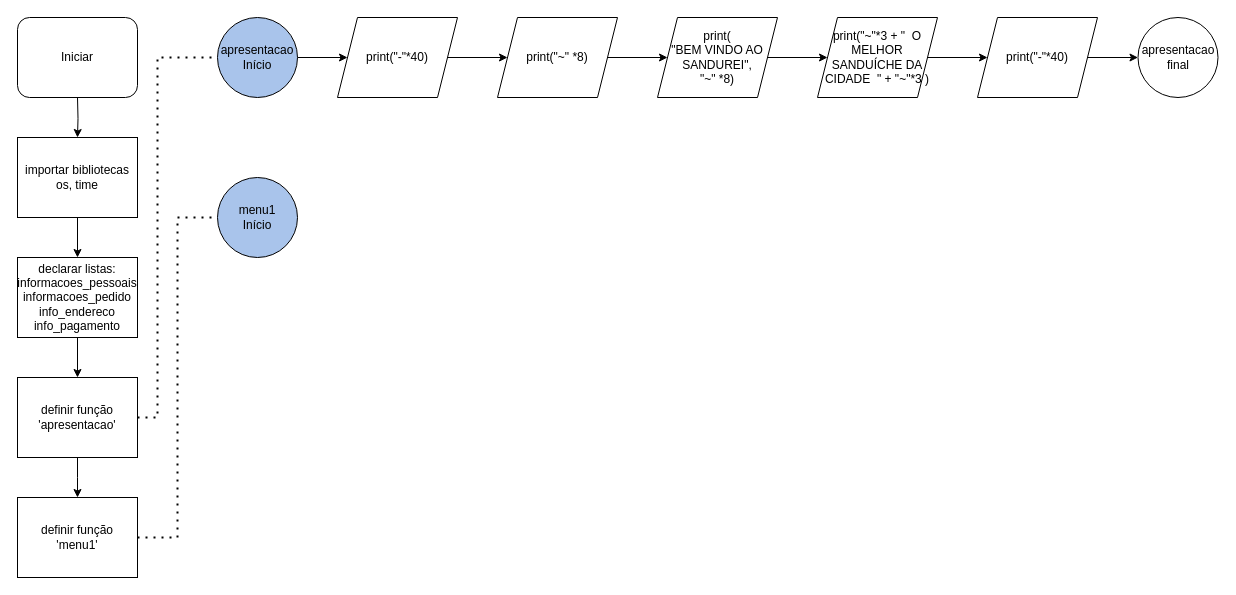
alsantosad/SENAC_RESILIA_ANALISE_DE_DADOS keeps this draw.io diagram as Projeto 1/fluxo.drawio. Above is the earlier version. Source tidied: cells renumbered, new cells numbered last; positions are measured from the earlier drawing's top-left corner, leaving out a move shared by most shapes. Both pictures are drawn from the tidied source at 100%, with x=0, y=0 at pixel (17, 17).
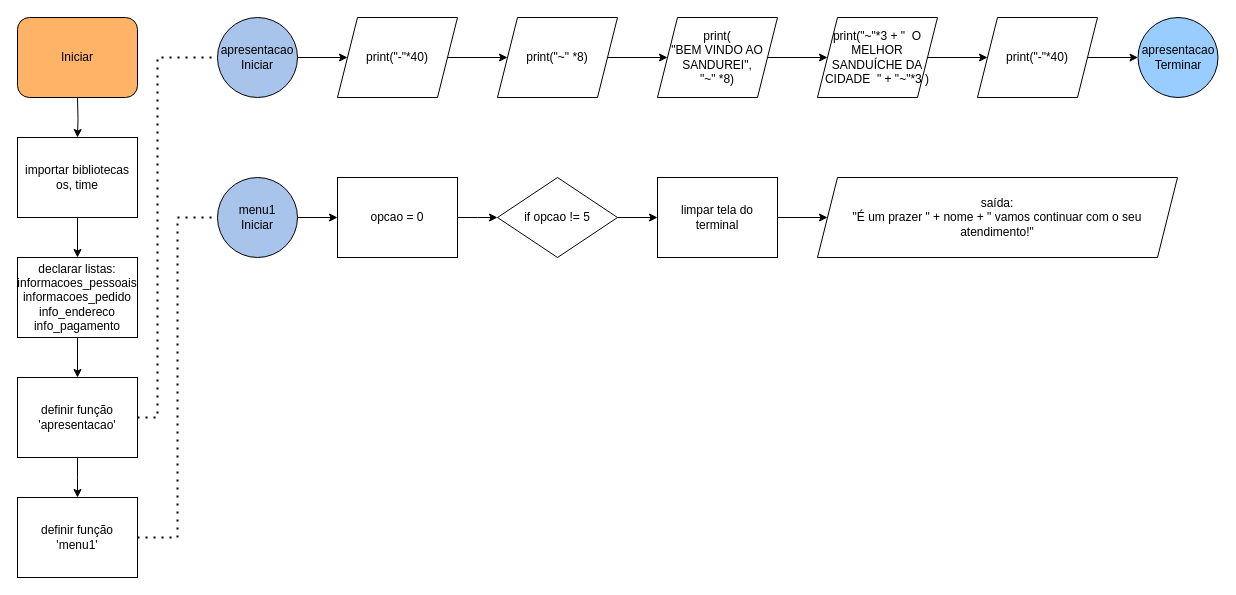
The same diagram, later.

What changed in the source:
```diff
@@
-    <mxCell id="7" value="Iniciar" style="rounded=1;whiteSpace=wrap;html=1;" parent="1" vertex="1">
+    <mxCell id="7" value="Iniciar" style="rounded=1;whiteSpace=wrap;html=1;fillColor=#FFB366;" parent="1" vertex="1">
       <mxGeometry width="120" height="80" as="geometry" />
     </mxCell>
@@
-    <mxCell id="11" value="&lt;div&gt;apresentacao&lt;/div&gt;&lt;div&gt;Início&lt;/div&gt;" style="ellipse;whiteSpace=wrap;html=1;fillColor=#A9C4EB;" parent="1" vertex="1">
+    <mxCell id="11" value="&lt;div&gt;apresentacao&lt;/div&gt;&lt;div&gt;Iniciar&lt;/div&gt;" style="ellipse;whiteSpace=wrap;html=1;fillColor=#A9C4EB;" parent="1" vertex="1">
       <mxGeometry x="200" width="80" height="80" as="geometry" />
     </mxCell>
-    <mxCell id="12" value="&lt;div&gt;apresentacao&lt;/div&gt;&lt;div&gt;final&lt;/div&gt;" style="ellipse;whiteSpace=wrap;html=1;" parent="1" vertex="1">
+    <mxCell id="12" value="&lt;div&gt;apresentacao&lt;/div&gt;&lt;div&gt;Terminar&lt;br&gt;&lt;/div&gt;" style="ellipse;whiteSpace=wrap;html=1;fillColor=#99CCFF;" parent="1" vertex="1">
       <mxGeometry x="1120.5" width="80" height="80" as="geometry" />
     </mxCell>
@@
+    <mxCell id="27" style="edgeStyle=orthogonalEdgeStyle;rounded=0;jettySize=auto;html=1;" parent="1" edge="1" source="25" target="29">
+      <mxGeometry relative="1" as="geometry" />
+    </mxCell>
-    <mxCell id="25" value="&lt;div&gt;menu1&lt;/div&gt;&lt;div&gt;Início&lt;/div&gt;" style="ellipse;whiteSpace=wrap;html=1;fillColor=#A9C4EB;" parent="1" vertex="1">
+    <mxCell id="25" value="&lt;div&gt;menu1&lt;/div&gt;&lt;div&gt;Iniciar&lt;/div&gt;" style="ellipse;whiteSpace=wrap;html=1;fillColor=#A9C4EB;" parent="1" vertex="1">
       <mxGeometry x="200" y="160" width="80" height="80" as="geometry" />
     </mxCell>
@@
+    <mxCell id="28" style="edgeStyle=orthogonalEdgeStyle;rounded=0;jettySize=auto;html=1;" parent="1" edge="1" source="29">
+      <mxGeometry relative="1" as="geometry">
+        <mxPoint x="480" y="200" as="targetPoint" />
+      </mxGeometry>
+    </mxCell>
+    <mxCell id="29" value="opcao = 0" style="rounded=0;whiteSpace=wrap;html=1;" parent="1" vertex="1">
+      <mxGeometry x="320" y="160" width="120" height="80" as="geometry" />
+    </mxCell>
+    <mxCell id="30" style="edgeStyle=orthogonalEdgeStyle;rounded=0;jettySize=auto;html=1;" parent="1" edge="1" source="31" target="33">
+      <mxGeometry relative="1" as="geometry" />
+    </mxCell>
+    <mxCell id="31" value="if opcao != 5" style="rhombus;whiteSpace=wrap;html=1;" parent="1" vertex="1">
+      <mxGeometry x="480" y="160" width="120" height="80" as="geometry" />
+    </mxCell>
+    <mxCell id="32" style="edgeStyle=orthogonalEdgeStyle;rounded=0;jettySize=auto;html=1;" parent="1" edge="1" source="33" target="34">
+      <mxGeometry relative="1" as="geometry" />
+    </mxCell>
+    <mxCell id="33" value="limpar tela do terminal" style="rounded=0;whiteSpace=wrap;html=1;" parent="1" vertex="1">
+      <mxGeometry x="640" y="160" width="120" height="80" as="geometry" />
+    </mxCell>
+    <mxCell id="34" value="&lt;div&gt;saída:&lt;/div&gt;&lt;div&gt;&quot;É um prazer &quot; + nome + &quot; vamos continuar com o seu atendimento!&quot;&lt;br&gt;&lt;/div&gt;" style="rounded=0;whiteSpace=wrap;html=1;shape=parallelogram;perimeter=parallelogramPerimeter;fixedSize=1;" parent="1" vertex="1">
+      <mxGeometry x="800" y="160" width="360" height="80" as="geometry" />
+    </mxCell>
```
